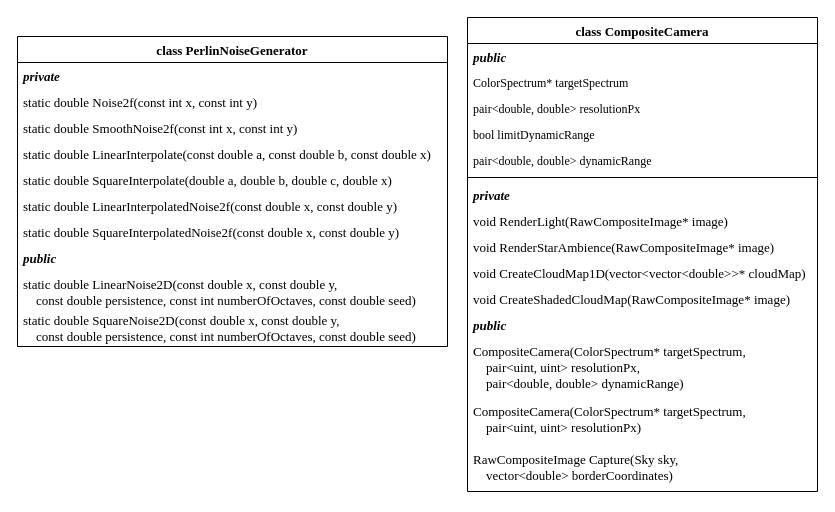
Above: page "CompositeCamera" (4 of 8) of Docs/Class diagrams.drawio in SpatiumOwl/ComplexSky-2.0 (draw.io), before the change. Source tidied: cells renumbered, new cells numbered last; positions are measured from the earlier drawing's top-left corner, leaving out a move shared by most shapes. Both pictures are drawn from the tidied source at 100%, with x=0, y=0 at pixel (17, 17).
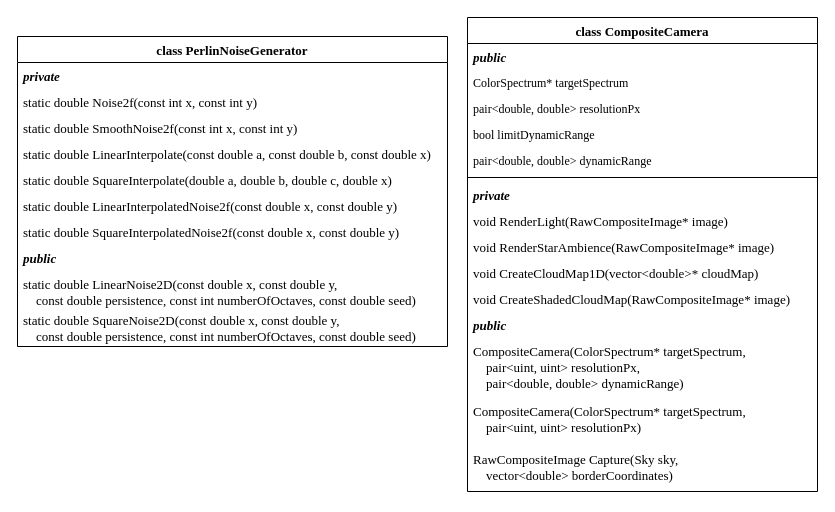
Above is the later version.

Commit message (it also covers changes not shown here):
Added an alpha channel to RawImage. Fixed CreateCloudMap1d argument from vectorr<vector<double>> to vector<double>

Unchanged cells that the change refers to:
```xml
<mxCell id="2" value="class CompositeCamera" style="swimlane;fontStyle=1;align=center;verticalAlign=top;horizontal=1;startSize=26;fontFamily=Times New Roman;fontSize=13;" parent="1" vertex="1">
  <mxGeometry x="450" width="350" height="474" as="geometry" />
</mxCell>
```

Change to the diagram source:
```diff
@@
-    <mxCell id="12" value="void CreateCloudMap1D(vector&lt;vector&lt;double&gt;&gt;* cloudMap)" style="text;strokeColor=none;fillColor=none;align=left;verticalAlign=top;spacingLeft=4;spacingRight=4;overflow=hidden;fontFamily=Times New Roman;fontSize=13;" parent="2" vertex="1">
+    <mxCell id="12" value="void CreateCloudMap1D(vector&lt;double&gt;* cloudMap)" style="text;strokeColor=none;fillColor=none;align=left;verticalAlign=top;spacingLeft=4;spacingRight=4;overflow=hidden;fontFamily=Times New Roman;fontSize=13;" parent="2" vertex="1">
       <mxGeometry y="242" width="350" height="26" as="geometry" />
     </mxCell>
```
